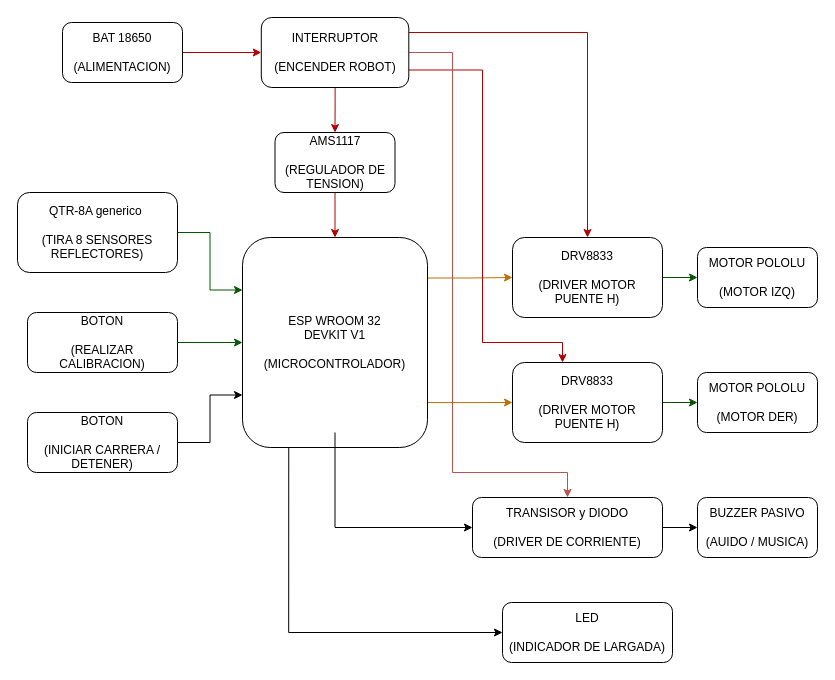
OttoDotto/Robot-de-Competencia keeps this draw.io diagram as page "BLOQUES (V1)" (1 of 5) of COCHE_COMPETENCIA - DIAGRAMAS.drawio. Above is the earlier version. Source tidied: cells renumbered, new cells numbered last; positions are measured from the earlier drawing's top-left corner, leaving out a move shared by most shapes. Both pictures are drawn from the tidied source at 100%, with x=0, y=0 at pixel (17, 17).
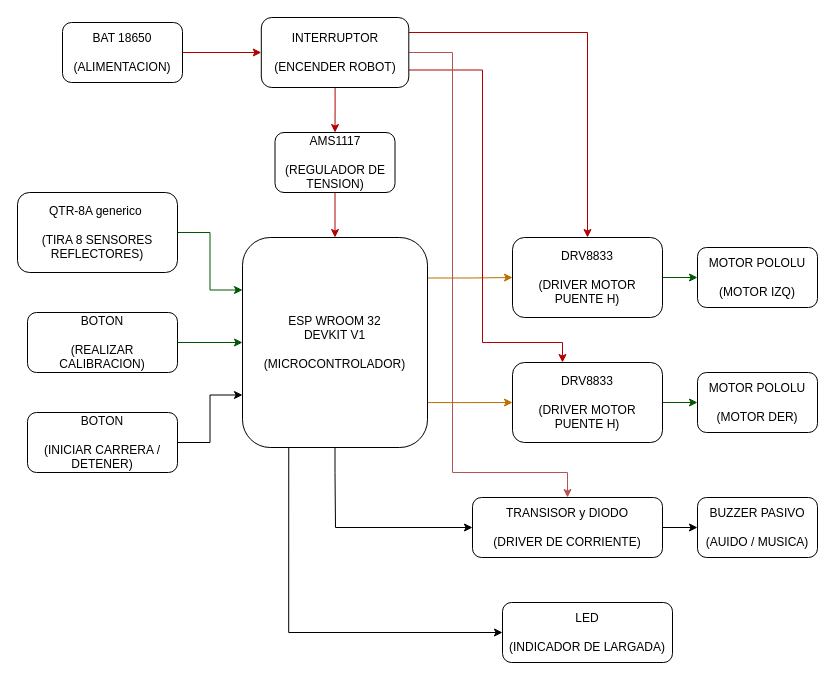
The same page after the edit.

Unchanged cells that the change refers to:
```xml
<mxCell id="5" value="ESP WROOM 32&lt;div&gt;DEVKIT V1&lt;/div&gt;&lt;div&gt;&lt;br&gt;&lt;/div&gt;&lt;div&gt;(MICROCONTROLADOR)&lt;/div&gt;" style="rounded=1;whiteSpace=wrap;html=1;" parent="1" vertex="1">
  <mxGeometry x="225" y="220" width="185" height="210" as="geometry" />
</mxCell>
<mxCell id="27" value="TRANSISOR y DIODO&lt;div&gt;&lt;br&gt;&lt;/div&gt;&lt;div&gt;(DRIVER DE CORRIENTE)&lt;/div&gt;" style="rounded=1;whiteSpace=wrap;html=1;" parent="1" vertex="1">
  <mxGeometry x="455" y="480" width="190" height="60" as="geometry" />
</mxCell>
```

Diff of the diagram source:
```diff
@@
-    <mxCell id="25" style="edgeStyle=orthogonalEdgeStyle;rounded=0;jettySize=auto;html=1;entryX=0;entryY=0.5;entryDx=0;entryDy=0;" parent="1" edge="1" target="27">
+    <mxCell id="25" style="edgeStyle=orthogonalEdgeStyle;rounded=0;jettySize=auto;html=1;entryX=0;entryY=0.5;entryDx=0;entryDy=0;exitX=0.5;exitY=1;exitDx=0;exitDy=0;" parent="1" edge="1" source="5" target="27">
       <mxGeometry relative="1" as="geometry">
-        <mxPoint x="317.5" y="415" as="sourcePoint" />
         <Array as="points">
+          <mxPoint x="318" y="455" />
+          <mxPoint x="318" y="455" />
           <mxPoint x="318" y="510" />
         </Array>
       </mxGeometry>
     </mxCell>
```
